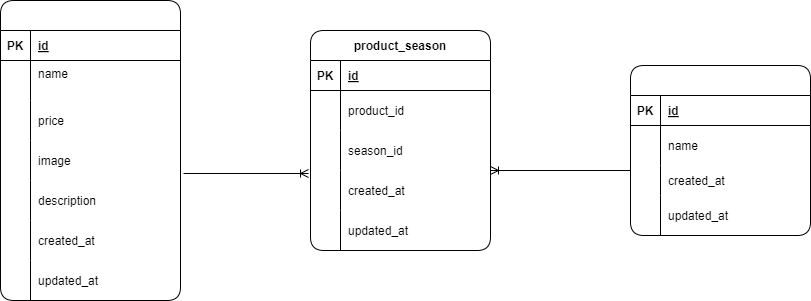
Before: src/.drawio.png, a diagram exported from draw.io (tominaga-rikiya/mogitate). Source tidied: cells renumbered, new cells last; positions are measured from the earlier drawing's top-left corner, leaving out a move shared by most shapes.
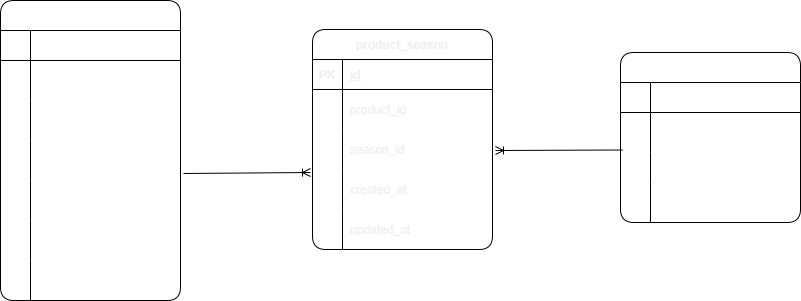
Later version of the same file.

Change to the diagram source:
```diff
@@ -1,167 +1,167 @@
-<mxGraphModel background="#ffffff">
+<mxGraphModel>
   <root>
     <mxCell id="0" />
     <mxCell id="1" parent="0" />
     <mxCell id="2" value="seasons" style="shape=table;startSize=30;rowLines=0;fontStyle=1;align=center;rounded=1;fontColor=#FFFFFF;" parent="1" vertex="1">
-      <mxGeometry x="630" y="65" width="180" height="170" as="geometry" />
+      <mxGeometry x="627" y="114" width="180" height="170" as="geometry" />
     </mxCell>
-    <mxCell id="3" style="shape=tableRow;horizontal=0;startSize=0;swimlaneHead=0;swimlaneBody=0;fillColor=none;top=0;left=0;right=0;bottom=1;rounded=1;fontColor=#000000;" parent="2" vertex="1">
+    <mxCell id="3" style="shape=tableRow;horizontal=0;startSize=0;swimlaneHead=0;swimlaneBody=0;fillColor=none;top=0;left=0;right=0;bottom=1;rounded=1;fontColor=#FFFFFF;" parent="2" vertex="1">
       <mxGeometry y="30" width="180" height="30" as="geometry" />
     </mxCell>
-    <mxCell id="4" value="PK" style="shape=partialRectangle;fillColor=none;top=0;left=0;bottom=0;right=0;fontStyle=1;overflow=hidden;rounded=1;fontColor=#000000;" parent="3" vertex="1">
+    <mxCell id="4" value="PK" style="shape=partialRectangle;fillColor=none;top=0;left=0;bottom=0;right=0;fontStyle=1;overflow=hidden;rounded=1;fontColor=#FFFFFF;" parent="3" vertex="1">
       <mxGeometry width="30" height="30" as="geometry" />
     </mxCell>
-    <mxCell id="5" value="id" style="shape=partialRectangle;fillColor=none;top=0;left=0;bottom=0;right=0;align=left;spacingLeft=6;fontStyle=5;overflow=hidden;rounded=1;fontColor=#000000;" parent="3" vertex="1">
+    <mxCell id="5" value="id" style="shape=partialRectangle;fillColor=none;top=0;left=0;bottom=0;right=0;align=left;spacingLeft=6;fontStyle=5;overflow=hidden;rounded=1;fontColor=#FFFFFF;" parent="3" vertex="1">
       <mxGeometry x="30" width="150" height="30" as="geometry" />
     </mxCell>
-    <mxCell id="6" style="shape=tableRow;horizontal=0;startSize=0;swimlaneHead=0;swimlaneBody=0;fillColor=none;top=0;left=0;right=0;bottom=0;rounded=1;fontColor=#000000;" parent="2" vertex="1">
+    <mxCell id="6" style="shape=tableRow;horizontal=0;startSize=0;swimlaneHead=0;swimlaneBody=0;fillColor=none;top=0;left=0;right=0;bottom=0;rounded=1;fontColor=#FFFFFF;" parent="2" vertex="1">
       <mxGeometry y="60" width="180" height="40" as="geometry" />
     </mxCell>
-    <mxCell id="7" style="shape=partialRectangle;fillColor=none;top=0;left=0;bottom=0;right=0;overflow=hidden;rounded=1;fontColor=#000000;" parent="6" vertex="1">
+    <mxCell id="7" style="shape=partialRectangle;fillColor=none;top=0;left=0;bottom=0;right=0;overflow=hidden;rounded=1;fontColor=#FFFFFF;" parent="6" vertex="1">
       <mxGeometry width="30" height="40" as="geometry" />
     </mxCell>
-    <mxCell id="8" value="name" style="shape=partialRectangle;fillColor=none;top=0;left=0;bottom=0;right=0;align=left;spacingLeft=6;overflow=hidden;rounded=1;fontColor=#000000;" parent="6" vertex="1">
+    <mxCell id="8" value="name" style="shape=partialRectangle;fillColor=none;top=0;left=0;bottom=0;right=0;align=left;spacingLeft=6;overflow=hidden;rounded=1;fontColor=#FFFFFF;" parent="6" vertex="1">
       <mxGeometry x="30" width="150" height="40" as="geometry" />
     </mxCell>
-    <mxCell id="9" style="shape=tableRow;horizontal=0;startSize=0;swimlaneHead=0;swimlaneBody=0;fillColor=none;top=0;left=0;right=0;bottom=0;rounded=1;fontColor=#000000;" parent="2" vertex="1">
+    <mxCell id="9" style="shape=tableRow;horizontal=0;startSize=0;swimlaneHead=0;swimlaneBody=0;fillColor=none;top=0;left=0;right=0;bottom=0;rounded=1;fontColor=#FFFFFF;" parent="2" vertex="1">
       <mxGeometry y="100" width="180" height="30" as="geometry" />
     </mxCell>
-    <mxCell id="10" style="shape=partialRectangle;fillColor=none;top=0;left=0;bottom=0;right=0;overflow=hidden;rounded=1;fontColor=#000000;" parent="9" vertex="1">
+    <mxCell id="10" style="shape=partialRectangle;fillColor=none;top=0;left=0;bottom=0;right=0;overflow=hidden;rounded=1;fontColor=#FFFFFF;" parent="9" vertex="1">
       <mxGeometry width="30" height="30" as="geometry" />
     </mxCell>
-    <mxCell id="11" value="created_at" style="shape=partialRectangle;fillColor=none;top=0;left=0;bottom=0;right=0;align=left;spacingLeft=6;overflow=hidden;rounded=1;fontColor=#000000;" parent="9" vertex="1">
+    <mxCell id="11" value="created_at" style="shape=partialRectangle;fillColor=none;top=0;left=0;bottom=0;right=0;align=left;spacingLeft=6;overflow=hidden;rounded=1;fontColor=#FFFFFF;" parent="9" vertex="1">
       <mxGeometry x="30" width="150" height="30" as="geometry" />
     </mxCell>
-    <mxCell id="12" style="shape=tableRow;horizontal=0;startSize=0;swimlaneHead=0;swimlaneBody=0;fillColor=none;top=0;left=0;right=0;bottom=0;rounded=1;fontColor=#000000;" parent="2" vertex="1">
+    <mxCell id="12" style="shape=tableRow;horizontal=0;startSize=0;swimlaneHead=0;swimlaneBody=0;fillColor=none;top=0;left=0;right=0;bottom=0;rounded=1;fontColor=#FFFFFF;" parent="2" vertex="1">
       <mxGeometry y="130" width="180" height="40" as="geometry" />
     </mxCell>
-    <mxCell id="13" style="shape=partialRectangle;fillColor=none;top=0;left=0;bottom=0;right=0;overflow=hidden;rounded=1;fontColor=#000000;" parent="12" vertex="1">
+    <mxCell id="13" style="shape=partialRectangle;fillColor=none;top=0;left=0;bottom=0;right=0;overflow=hidden;rounded=1;fontColor=#FFFFFF;" parent="12" vertex="1">
       <mxGeometry width="30" height="40" as="geometry" />
     </mxCell>
-    <mxCell id="14" value="updated_at" style="shape=partialRectangle;fillColor=none;top=0;left=0;bottom=0;right=0;align=left;spacingLeft=6;overflow=hidden;rounded=1;fontColor=#000000;" parent="12" vertex="1">
+    <mxCell id="14" value="updated_at" style="shape=partialRectangle;fillColor=none;top=0;left=0;bottom=0;right=0;align=left;spacingLeft=6;overflow=hidden;rounded=1;fontColor=#FFFFFF;" parent="12" vertex="1">
       <mxGeometry x="30" width="150" height="40" as="geometry" />
     </mxCell>
     <mxCell id="15" value="product" style="shape=table;startSize=30;rowLines=0;fontStyle=1;align=center;rounded=1;fontColor=#FFFFFF;" parent="1" vertex="1">
-      <mxGeometry width="180" height="300" as="geometry" />
+      <mxGeometry x="7" y="62" width="180" height="300" as="geometry" />
     </mxCell>
-    <mxCell id="16" style="shape=tableRow;horizontal=0;startSize=0;swimlaneHead=0;swimlaneBody=0;fillColor=none;top=0;left=0;right=0;bottom=1;rounded=1;fontColor=#000000;" parent="15" vertex="1">
+    <mxCell id="16" style="shape=tableRow;horizontal=0;startSize=0;swimlaneHead=0;swimlaneBody=0;fillColor=none;top=0;left=0;right=0;bottom=1;rounded=1;fontColor=#FFFFFF;" parent="15" vertex="1">
       <mxGeometry y="30" width="180" height="30" as="geometry" />
     </mxCell>
-    <mxCell id="17" value="PK" style="shape=partialRectangle;fillColor=none;top=0;left=0;bottom=0;right=0;fontStyle=1;overflow=hidden;rounded=1;fontColor=#000000;" parent="16" vertex="1">
+    <mxCell id="17" value="PK" style="shape=partialRectangle;fillColor=none;top=0;left=0;bottom=0;right=0;fontStyle=1;overflow=hidden;rounded=1;fontColor=#FFFFFF;" parent="16" vertex="1">
       <mxGeometry width="30" height="30" as="geometry" />
     </mxCell>
-    <mxCell id="18" value="id" style="shape=partialRectangle;fillColor=none;top=0;left=0;bottom=0;right=0;align=left;spacingLeft=6;fontStyle=5;overflow=hidden;rounded=1;fontFamily=Helvetica;fontColor=#000000;" parent="16" vertex="1">
+    <mxCell id="18" value="id" style="shape=partialRectangle;fillColor=none;top=0;left=0;bottom=0;right=0;align=left;spacingLeft=6;fontStyle=5;overflow=hidden;rounded=1;fontFamily=Helvetica;fontColor=#FFFFFF;" parent="16" vertex="1">
       <mxGeometry x="30" width="150" height="30" as="geometry" />
     </mxCell>
-    <mxCell id="19" style="shape=tableRow;horizontal=0;startSize=0;swimlaneHead=0;swimlaneBody=0;fillColor=none;top=0;left=0;right=0;bottom=0;rounded=1;fontColor=#000000;" parent="15" vertex="1">
+    <mxCell id="19" style="shape=tableRow;horizontal=0;startSize=0;swimlaneHead=0;swimlaneBody=0;fillColor=none;top=0;left=0;right=0;bottom=0;rounded=1;fontColor=#FFFFFF;" parent="15" vertex="1">
       <mxGeometry y="60" width="180" height="40" as="geometry" />
     </mxCell>
-    <mxCell id="20" style="shape=partialRectangle;fillColor=none;top=0;left=0;bottom=0;right=0;overflow=hidden;rounded=1;fontColor=#000000;" parent="19" vertex="1">
+    <mxCell id="20" style="shape=partialRectangle;fillColor=none;top=0;left=0;bottom=0;right=0;overflow=hidden;rounded=1;fontColor=#FFFFFF;" parent="19" vertex="1">
       <mxGeometry width="30" height="40" as="geometry" />
     </mxCell>
-    <mxCell id="21" value="name  &#10;" style="shape=partialRectangle;fillColor=none;top=0;left=0;bottom=0;right=0;align=left;spacingLeft=6;overflow=hidden;rounded=1;fontColor=#000000;" parent="19" vertex="1">
+    <mxCell id="21" value="name  &#10;" style="shape=partialRectangle;fillColor=none;top=0;left=0;bottom=0;right=0;align=left;spacingLeft=6;overflow=hidden;rounded=1;fontColor=#FFFFFF;" parent="19" vertex="1">
       <mxGeometry x="30" width="150" height="40" as="geometry" />
     </mxCell>
-    <mxCell id="22" style="shape=tableRow;horizontal=0;startSize=0;swimlaneHead=0;swimlaneBody=0;fillColor=none;top=0;left=0;right=0;bottom=0;rounded=1;fontColor=#000000;" parent="15" vertex="1">
+    <mxCell id="22" style="shape=tableRow;horizontal=0;startSize=0;swimlaneHead=0;swimlaneBody=0;fillColor=none;top=0;left=0;right=0;bottom=0;rounded=1;fontColor=#FFFFFF;" parent="15" vertex="1">
       <mxGeometry y="100" width="180" height="40" as="geometry" />
     </mxCell>
-    <mxCell id="23" style="shape=partialRectangle;fillColor=none;top=0;left=0;bottom=0;right=0;overflow=hidden;rounded=1;fontColor=#000000;" parent="22" vertex="1">
+    <mxCell id="23" style="shape=partialRectangle;fillColor=none;top=0;left=0;bottom=0;right=0;overflow=hidden;rounded=1;fontColor=#FFFFFF;" parent="22" vertex="1">
       <mxGeometry width="30" height="40" as="geometry" />
     </mxCell>
-    <mxCell id="24" value="price" style="shape=partialRectangle;fillColor=none;top=0;left=0;bottom=0;right=0;align=left;spacingLeft=6;overflow=hidden;rounded=1;labelBorderColor=none;fontColor=#000000;" parent="22" vertex="1">
+    <mxCell id="24" value="price" style="shape=partialRectangle;fillColor=none;top=0;left=0;bottom=0;right=0;align=left;spacingLeft=6;overflow=hidden;rounded=1;labelBorderColor=none;fontColor=#FFFFFF;" parent="22" vertex="1">
       <mxGeometry x="30" width="150" height="40" as="geometry" />
     </mxCell>
-    <mxCell id="25" style="shape=tableRow;horizontal=0;startSize=0;swimlaneHead=0;swimlaneBody=0;fillColor=none;points=[[0,0.5],[1,0.5]];portConstraint=eastwest;top=0;left=0;right=0;bottom=0;rounded=1;fontColor=#000000;" parent="15" vertex="1">
+    <mxCell id="25" style="shape=tableRow;horizontal=0;startSize=0;swimlaneHead=0;swimlaneBody=0;fillColor=none;points=[[0,0.5],[1,0.5]];portConstraint=eastwest;top=0;left=0;right=0;bottom=0;rounded=1;fontColor=#FFFFFF;" parent="15" vertex="1">
       <mxGeometry y="140" width="180" height="40" as="geometry" />
     </mxCell>
-    <mxCell id="26" style="shape=partialRectangle;fillColor=none;top=0;left=0;bottom=0;right=0;overflow=hidden;rounded=1;fontColor=#000000;" parent="25" vertex="1">
+    <mxCell id="26" style="shape=partialRectangle;fillColor=none;top=0;left=0;bottom=0;right=0;overflow=hidden;rounded=1;fontColor=#FFFFFF;" parent="25" vertex="1">
       <mxGeometry width="30" height="40" as="geometry" />
     </mxCell>
-    <mxCell id="27" value="image" style="shape=partialRectangle;fillColor=none;top=0;left=0;bottom=0;right=0;align=left;spacingLeft=6;overflow=hidden;rounded=1;fontColor=#000000;" parent="25" vertex="1">
+    <mxCell id="27" value="image" style="shape=partialRectangle;fillColor=none;top=0;left=0;bottom=0;right=0;align=left;spacingLeft=6;overflow=hidden;rounded=1;fontColor=#FFFFFF;" parent="25" vertex="1">
       <mxGeometry x="30" width="150" height="40" as="geometry" />
     </mxCell>
-    <mxCell id="28" style="shape=tableRow;horizontal=0;startSize=0;swimlaneHead=0;swimlaneBody=0;fillColor=none;top=0;left=0;right=0;bottom=0;rounded=1;fontColor=#000000;" parent="15" vertex="1">
+    <mxCell id="28" style="shape=tableRow;horizontal=0;startSize=0;swimlaneHead=0;swimlaneBody=0;fillColor=none;top=0;left=0;right=0;bottom=0;rounded=1;fontColor=#FFFFFF;" parent="15" vertex="1">
       <mxGeometry y="180" width="180" height="40" as="geometry" />
     </mxCell>
-    <mxCell id="29" style="shape=partialRectangle;fillColor=none;top=0;left=0;bottom=0;right=0;overflow=hidden;rounded=1;fontColor=#000000;" parent="28" vertex="1">
+    <mxCell id="29" style="shape=partialRectangle;fillColor=none;top=0;left=0;bottom=0;right=0;overflow=hidden;rounded=1;fontColor=#FFFFFF;" parent="28" vertex="1">
       <mxGeometry width="30" height="40" as="geometry" />
     </mxCell>
-    <mxCell id="30" value="description" style="shape=partialRectangle;fillColor=none;top=0;left=0;bottom=0;right=0;align=left;spacingLeft=6;overflow=hidden;rounded=1;fontColor=#000000;" parent="28" vertex="1">
+    <mxCell id="30" value="description" style="shape=partialRectangle;fillColor=none;top=0;left=0;bottom=0;right=0;align=left;spacingLeft=6;overflow=hidden;rounded=1;fontColor=#FFFFFF;" parent="28" vertex="1">
       <mxGeometry x="30" width="150" height="40" as="geometry" />
     </mxCell>
-    <mxCell id="31" style="shape=tableRow;horizontal=0;startSize=0;swimlaneHead=0;swimlaneBody=0;fillColor=none;top=0;left=0;right=0;bottom=0;rounded=1;fontColor=#000000;" parent="15" vertex="1">
+    <mxCell id="31" style="shape=tableRow;horizontal=0;startSize=0;swimlaneHead=0;swimlaneBody=0;fillColor=none;top=0;left=0;right=0;bottom=0;rounded=1;fontColor=#FFFFFF;" parent="15" vertex="1">
       <mxGeometry y="220" width="180" height="40" as="geometry" />
     </mxCell>
-    <mxCell id="32" style="shape=partialRectangle;fillColor=none;top=0;left=0;bottom=0;right=0;overflow=hidden;rounded=1;fontColor=#000000;" parent="31" vertex="1">
+    <mxCell id="32" style="shape=partialRectangle;fillColor=none;top=0;left=0;bottom=0;right=0;overflow=hidden;rounded=1;fontColor=#FFFFFF;" parent="31" vertex="1">
       <mxGeometry width="30" height="40" as="geometry" />
     </mxCell>
-    <mxCell id="33" value="created_at" style="shape=partialRectangle;fillColor=none;top=0;left=0;bottom=0;right=0;align=left;spacingLeft=6;overflow=hidden;rounded=1;fontColor=#000000;" parent="31" vertex="1">
+    <mxCell id="33" value="created_at" style="shape=partialRectangle;fillColor=none;top=0;left=0;bottom=0;right=0;align=left;spacingLeft=6;overflow=hidden;rounded=1;fontColor=#FFFFFF;" parent="31" vertex="1">
       <mxGeometry x="30" width="150" height="40" as="geometry" />
     </mxCell>
-    <mxCell id="34" style="shape=tableRow;horizontal=0;startSize=0;swimlaneHead=0;swimlaneBody=0;fillColor=none;top=0;left=0;right=0;bottom=0;rounded=1;fontColor=#000000;" parent="15" vertex="1">
+    <mxCell id="34" style="shape=tableRow;horizontal=0;startSize=0;swimlaneHead=0;swimlaneBody=0;fillColor=none;top=0;left=0;right=0;bottom=0;rounded=1;fontColor=#FFFFFF;" parent="15" vertex="1">
       <mxGeometry y="260" width="180" height="40" as="geometry" />
     </mxCell>
-    <mxCell id="35" style="shape=partialRectangle;fillColor=none;top=0;left=0;bottom=0;right=0;overflow=hidden;rounded=1;fontColor=#000000;" parent="34" vertex="1">
+    <mxCell id="35" style="shape=partialRectangle;fillColor=none;top=0;left=0;bottom=0;right=0;overflow=hidden;rounded=1;fontColor=#FFFFFF;" parent="34" vertex="1">
       <mxGeometry width="30" height="40" as="geometry" />
     </mxCell>
-    <mxCell id="36" value="updated_at" style="shape=partialRectangle;fillColor=none;top=0;left=0;bottom=0;right=0;align=left;spacingLeft=6;overflow=hidden;rounded=1;fontColor=#000000;" parent="34" vertex="1">
+    <mxCell id="36" value="updated_at" style="shape=partialRectangle;fillColor=none;top=0;left=0;bottom=0;right=0;align=left;spacingLeft=6;overflow=hidden;rounded=1;fontColor=#FFFFFF;" parent="34" vertex="1">
       <mxGeometry x="30" width="150" height="40" as="geometry" />
     </mxCell>
-    <mxCell id="37" value="product_season" style="shape=table;startSize=30;rowLines=0;fontStyle=1;align=center;rounded=1;" parent="1" vertex="1">
-      <mxGeometry x="310" y="30" width="180" height="220" as="geometry" />
+    <mxCell id="37" value="product_season" style="shape=table;startSize=30;rowLines=0;fontStyle=1;align=center;rounded=1;fontColor=#F0F0F0;" parent="1" vertex="1">
+      <mxGeometry x="319" y="91" width="180" height="220" as="geometry" />
     </mxCell>
-    <mxCell id="38" style="shape=tableRow;horizontal=0;startSize=0;swimlaneHead=0;swimlaneBody=0;fillColor=none;top=0;left=0;right=0;bottom=1;rounded=1;" parent="37" vertex="1">
+    <mxCell id="38" style="shape=tableRow;horizontal=0;startSize=0;swimlaneHead=0;swimlaneBody=0;fillColor=none;top=0;left=0;right=0;bottom=1;rounded=1;fontColor=#F0F0F0;" parent="37" vertex="1">
       <mxGeometry y="30" width="180" height="30" as="geometry" />
     </mxCell>
-    <mxCell id="39" value="PK" style="shape=partialRectangle;fillColor=none;top=0;left=0;bottom=0;right=0;fontStyle=1;overflow=hidden;rounded=1;fontColor=#000000;" parent="38" vertex="1">
+    <mxCell id="39" value="PK" style="shape=partialRectangle;fillColor=none;top=0;left=0;bottom=0;right=0;fontStyle=1;overflow=hidden;rounded=1;fontColor=#F0F0F0;" parent="38" vertex="1">
       <mxGeometry width="30" height="30" as="geometry" />
     </mxCell>
-    <mxCell id="40" value="id" style="shape=partialRectangle;fillColor=none;top=0;left=0;bottom=0;right=0;align=left;spacingLeft=6;fontStyle=5;overflow=hidden;rounded=1;fontColor=#000000;" parent="38" vertex="1">
+    <mxCell id="40" value="id" style="shape=partialRectangle;fillColor=none;top=0;left=0;bottom=0;right=0;align=left;spacingLeft=6;fontStyle=5;overflow=hidden;rounded=1;fontColor=#F0F0F0;" parent="38" vertex="1">
       <mxGeometry x="30" width="150" height="30" as="geometry" />
     </mxCell>
-    <mxCell id="41" style="shape=tableRow;horizontal=0;startSize=0;swimlaneHead=0;swimlaneBody=0;fillColor=none;top=0;left=0;right=0;bottom=0;rounded=1;" parent="37" vertex="1">
+    <mxCell id="41" style="shape=tableRow;horizontal=0;startSize=0;swimlaneHead=0;swimlaneBody=0;fillColor=none;top=0;left=0;right=0;bottom=0;rounded=1;fontColor=#F0F0F0;" parent="37" vertex="1">
       <mxGeometry y="60" width="180" height="40" as="geometry" />
     </mxCell>
-    <mxCell id="42" style="shape=partialRectangle;fillColor=none;top=0;left=0;bottom=0;right=0;overflow=hidden;rounded=1;fontColor=#000000;" parent="41" vertex="1">
+    <mxCell id="42" style="shape=partialRectangle;fillColor=none;top=0;left=0;bottom=0;right=0;overflow=hidden;rounded=1;fontColor=#F0F0F0;" parent="41" vertex="1">
       <mxGeometry width="30" height="40" as="geometry" />
     </mxCell>
-    <mxCell id="43" value="product_id    " style="shape=partialRectangle;fillColor=none;top=0;left=0;bottom=0;right=0;align=left;spacingLeft=6;overflow=hidden;rounded=1;fontColor=#000000;" parent="41" vertex="1">
+    <mxCell id="43" value="product_id    " style="shape=partialRectangle;fillColor=none;top=0;left=0;bottom=0;right=0;align=left;spacingLeft=6;overflow=hidden;rounded=1;fontColor=#F0F0F0;" parent="41" vertex="1">
       <mxGeometry x="30" width="150" height="40" as="geometry" />
     </mxCell>
-    <mxCell id="44" style="shape=tableRow;horizontal=0;startSize=0;swimlaneHead=0;swimlaneBody=0;fillColor=none;points=[[0,0.5],[1,0.5]];portConstraint=eastwest;top=0;left=0;right=0;bottom=0;rounded=1;" parent="37" vertex="1">
+    <mxCell id="44" style="shape=tableRow;horizontal=0;startSize=0;swimlaneHead=0;swimlaneBody=0;fillColor=none;points=[[0,0.5],[1,0.5]];portConstraint=eastwest;top=0;left=0;right=0;bottom=0;rounded=1;fontColor=#F0F0F0;" parent="37" vertex="1">
       <mxGeometry y="100" width="180" height="40" as="geometry" />
     </mxCell>
-    <mxCell id="45" style="shape=partialRectangle;fillColor=none;top=0;left=0;bottom=0;right=0;overflow=hidden;rounded=1;fontColor=#000000;" parent="44" vertex="1">
+    <mxCell id="45" style="shape=partialRectangle;fillColor=none;top=0;left=0;bottom=0;right=0;overflow=hidden;rounded=1;fontColor=#F0F0F0;" parent="44" vertex="1">
       <mxGeometry width="30" height="40" as="geometry" />
     </mxCell>
-    <mxCell id="46" value="season_id" style="shape=partialRectangle;fillColor=none;top=0;left=0;bottom=0;right=0;align=left;spacingLeft=6;overflow=hidden;rounded=1;fontColor=#000000;" parent="44" vertex="1">
+    <mxCell id="46" value="season_id" style="shape=partialRectangle;fillColor=none;top=0;left=0;bottom=0;right=0;align=left;spacingLeft=6;overflow=hidden;rounded=1;fontColor=#F0F0F0;" parent="44" vertex="1">
       <mxGeometry x="30" width="150" height="40" as="geometry" />
     </mxCell>
-    <mxCell id="47" style="shape=tableRow;horizontal=0;startSize=0;swimlaneHead=0;swimlaneBody=0;fillColor=none;top=0;left=0;right=0;bottom=0;rounded=1;" parent="37" vertex="1">
+    <mxCell id="47" style="shape=tableRow;horizontal=0;startSize=0;swimlaneHead=0;swimlaneBody=0;fillColor=none;top=0;left=0;right=0;bottom=0;rounded=1;fontColor=#F0F0F0;" parent="37" vertex="1">
       <mxGeometry y="140" width="180" height="40" as="geometry" />
     </mxCell>
-    <mxCell id="48" style="shape=partialRectangle;fillColor=none;top=0;left=0;bottom=0;right=0;overflow=hidden;rounded=1;fontColor=#000000;" parent="47" vertex="1">
+    <mxCell id="48" style="shape=partialRectangle;fillColor=none;top=0;left=0;bottom=0;right=0;overflow=hidden;rounded=1;fontColor=#F0F0F0;" parent="47" vertex="1">
       <mxGeometry width="30" height="40" as="geometry" />
     </mxCell>
-    <mxCell id="49" value="created_at" style="shape=partialRectangle;fillColor=none;top=0;left=0;bottom=0;right=0;align=left;spacingLeft=6;overflow=hidden;rounded=1;fontColor=#000000;" parent="47" vertex="1">
+    <mxCell id="49" value="created_at" style="shape=partialRectangle;fillColor=none;top=0;left=0;bottom=0;right=0;align=left;spacingLeft=6;overflow=hidden;rounded=1;fontColor=#F0F0F0;" parent="47" vertex="1">
       <mxGeometry x="30" width="150" height="40" as="geometry" />
     </mxCell>
-    <mxCell id="50" style="shape=tableRow;horizontal=0;startSize=0;swimlaneHead=0;swimlaneBody=0;fillColor=none;top=0;left=0;right=0;bottom=0;rounded=1;" parent="37" vertex="1">
+    <mxCell id="50" style="shape=tableRow;horizontal=0;startSize=0;swimlaneHead=0;swimlaneBody=0;fillColor=none;top=0;left=0;right=0;bottom=0;rounded=1;fontColor=#F0F0F0;" parent="37" vertex="1">
       <mxGeometry y="180" width="180" height="40" as="geometry" />
     </mxCell>
-    <mxCell id="51" style="shape=partialRectangle;fillColor=none;top=0;left=0;bottom=0;right=0;overflow=hidden;rounded=1;fontColor=#000000;" parent="50" vertex="1">
+    <mxCell id="51" style="shape=partialRectangle;fillColor=none;top=0;left=0;bottom=0;right=0;overflow=hidden;rounded=1;fontColor=#F0F0F0;" parent="50" vertex="1">
       <mxGeometry width="30" height="40" as="geometry" />
     </mxCell>
-    <mxCell id="52" value="updated_at" style="shape=partialRectangle;fillColor=none;top=0;left=0;bottom=0;right=0;align=left;spacingLeft=6;overflow=hidden;rounded=1;fontColor=#000000;" parent="50" vertex="1">
+    <mxCell id="52" value="updated_at" style="shape=partialRectangle;fillColor=none;top=0;left=0;bottom=0;right=0;align=left;spacingLeft=6;overflow=hidden;rounded=1;fontColor=#F0F0F0;" parent="50" vertex="1">
       <mxGeometry x="30" width="150" height="40" as="geometry" />
     </mxCell>
-    <mxCell id="53" style="fontSize=12;html=1;endArrow=ERoneToMany;entryX=-0.011;entryY=1.075;entryDx=0;entryDy=0;entryPerimeter=0;exitX=1.017;exitY=0.825;exitDx=0;exitDy=0;exitPerimeter=0;" parent="1" edge="1" source="25" target="44">
+    <mxCell id="53" style="fontSize=12;endArrow=ERoneToMany;entryX=-0.011;entryY=1.075;entryDx=0;entryDy=0;entryPerimeter=0;exitX=1.017;exitY=0.825;exitDx=0;exitDy=0;exitPerimeter=0;fontColor=none;noLabel=1;labelBackgroundColor=none;" parent="1" edge="1" source="25" target="44">
       <mxGeometry relative="1" as="geometry" />
     </mxCell>
     <mxCell id="54" style="fontSize=12;html=1;endArrow=ERoneToMany;" parent="1" edge="1">
       <mxGeometry relative="1" as="geometry">
-        <mxPoint x="630" y="170" as="sourcePoint" />
-        <mxPoint x="490" y="170" as="targetPoint" />
+        <mxPoint x="629" y="211.5" as="sourcePoint" />
+        <mxPoint x="502" y="212" as="targetPoint" />
       </mxGeometry>
     </mxCell>
   </root>
```
